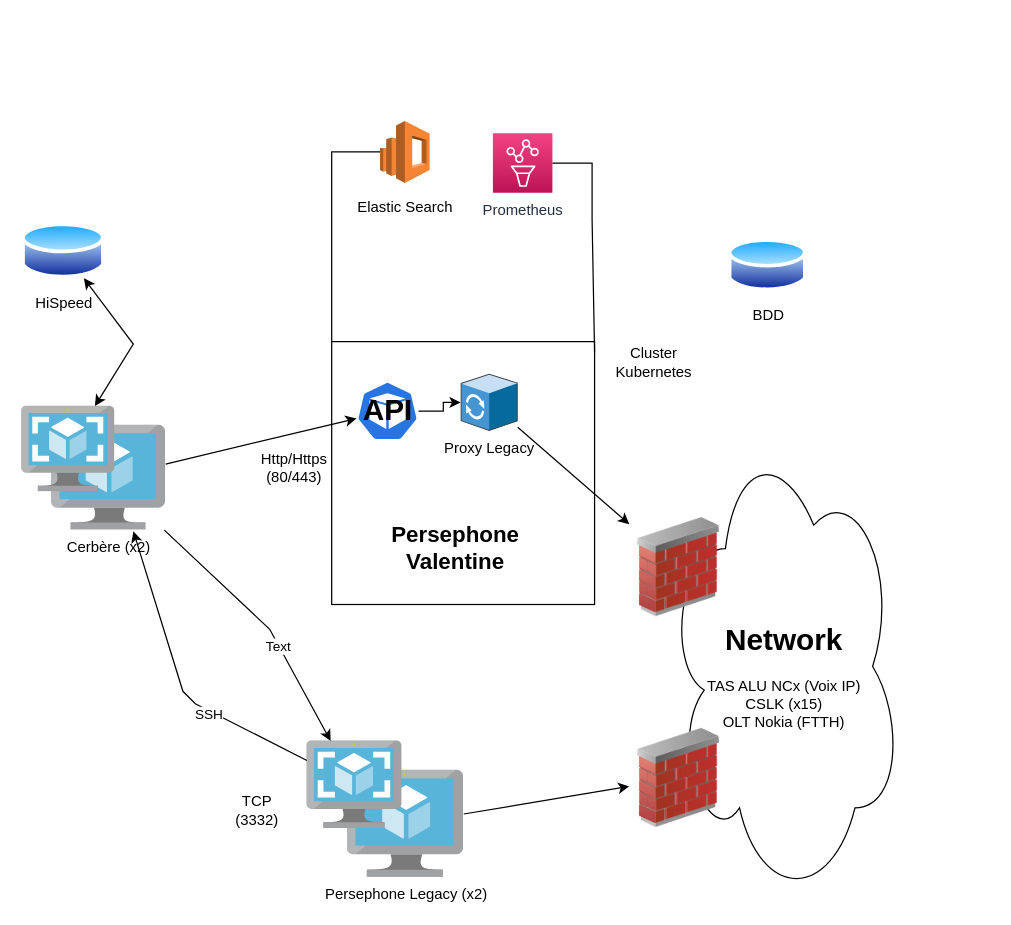
The draw.io diagram Untitled Diagram.drawio in alexis-verbrugge/katacoda-scenarios, before the edit. Source tidied: cells renumbered, new cells numbered last; positions are measured from the earlier drawing's top-left corner, leaving out a move shared by most shapes. Both pictures are drawn from the tidied source at 124%, with x=0, y=0 at pixel (21, 120). Pictures stored in the file or linked from it are replaced by grey dashed boxes.
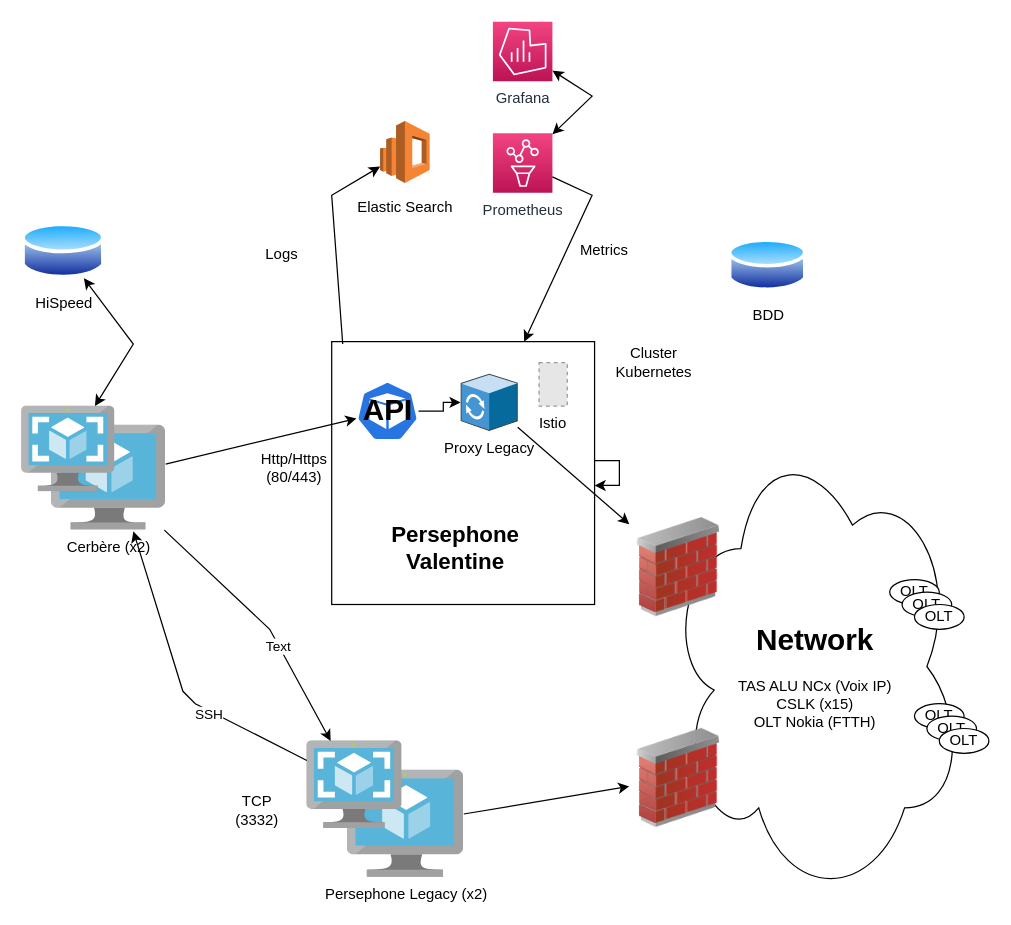
Above is the later version.

Unchanged cells that the change refers to:
```xml
<mxCell id="2" style="whiteSpace=wrap;html=1;" parent="1" vertex="1">
  <mxGeometry x="250" y="178" width="212" height="212" as="geometry" />
</mxCell>
<mxCell id="16" value="Prometheus" style="sketch=0;points=[[0,0,0],[0.25,0,0],[0.5,0,0],[0.75,0,0],[1,0,0],[0,1,0],[0.25,1,0],[0.5,1,0],[0.75,1,0],[1,1,0],[0,0.25,0],[0,0.5,0],[0,0.75,0],[1,0.25,0],[1,0.5,0],[1,0.75,0]];points=[[0,0,0],[0.25,0,0],[0.5,0,0],[0.75,0,0],[1,0,0],[0,1,0],[0.25,1,0],[0.5,1,0],[0.75,1,0],[1,1,0],[0,0.25,0],[0,0.5,0],[0,0.75,0],[1,0.25,0],[1,0.5,0],[1,0.75,0]];outlineConnect=0;fontColor=#232F3E;gradientColor=#F34482;gradientDirection=north;fillColor=#BC1356;strokeColor=#ffffff;dashed=0;verticalLabelPosition=bottom;verticalAlign=top;align=center;html=1;fontSize=12;fontStyle=0;shape=mxgraph.aws4.resourceIcon;resIcon=mxgraph.aws4.managed_service_for_prometheus;" parent="1" vertex="1">
  <mxGeometry x="380" y="10" width="48" height="48" as="geometry" />
</mxCell>
<mxCell id="23" style="outlineConnect=0;dashed=0;verticalLabelPosition=bottom;verticalAlign=top;align=center;html=1;shape=mxgraph.aws3.elasticsearch_service;fillColor=#F58534;gradientColor=none;" parent="22" vertex="1">
  <mxGeometry x="25" width="40" height="50" as="geometry" />
</mxCell>
```

The edit, as a diff of the source:
```diff
@@
     <mxCell id="9" value="&lt;h1&gt;Network&lt;/h1&gt;TAS ALU NCx (Voix IP)&lt;br&gt;CSLK (x15)&lt;br&gt;OLT Nokia (FTTH)" style="ellipse;shape=cloud;whiteSpace=wrap;html=1;" parent="1" vertex="1">
-      <mxGeometry x="520" y="250" width="190" height="380" as="geometry" />
+      <mxGeometry x="520" y="250" width="240" height="380" as="geometry" />
     </mxCell>
@@
-    <mxCell id="31" style="endArrow=none;html=1;rounded=0;exitX=0;exitY=0;exitDx=0;exitDy=0;" parent="1" edge="1" source="2" target="23">
-      <mxGeometry relative="1" as="geometry">
-        <Array as="points">
-          <mxPoint x="250" y="25" />
-        </Array>
-      </mxGeometry>
-    </mxCell>
-    <mxCell id="32" style="endArrow=none;html=1;rounded=0;exitX=1;exitY=0.042;exitDx=0;exitDy=0;exitPerimeter=0;" parent="1" edge="1" source="2" target="16">
-      <mxGeometry relative="1" as="geometry">
-        <Array as="points">
-          <mxPoint x="460" y="80" />
-          <mxPoint x="460" y="34" />
-        </Array>
-      </mxGeometry>
-    </mxCell>
@@
+    <mxCell id="35" value="Grafana" style="sketch=0;points=[[0,0,0],[0.25,0,0],[0.5,0,0],[0.75,0,0],[1,0,0],[0,1,0],[0.25,1,0],[0.5,1,0],[0.75,1,0],[1,1,0],[0,0.25,0],[0,0.5,0],[0,0.75,0],[1,0.25,0],[1,0.5,0],[1,0.75,0]];points=[[0,0,0],[0.25,0,0],[0.5,0,0],[0.75,0,0],[1,0,0],[0,1,0],[0.25,1,0],[0.5,1,0],[0.75,1,0],[1,1,0],[0,0.25,0],[0,0.5,0],[0,0.75,0],[1,0.25,0],[1,0.5,0],[1,0.75,0]];outlineConnect=0;fontColor=#232F3E;gradientColor=#F34482;gradientDirection=north;fillColor=#BC1356;strokeColor=#ffffff;dashed=0;verticalLabelPosition=bottom;verticalAlign=top;align=center;html=1;fontSize=12;fontStyle=0;shape=mxgraph.aws4.resourceIcon;resIcon=mxgraph.aws4.managed_service_for_grafana;" parent="1" vertex="1">
+      <mxGeometry x="380" y="-80" width="48" height="48" as="geometry" />
+    </mxCell>
+    <mxCell id="36" style="endArrow=classic;startArrow=classic;html=1;rounded=0;" parent="1" edge="1" source="16" target="35">
+      <mxGeometry relative="1" as="geometry">
+        <Array as="points">
+          <mxPoint x="460" y="-20" />
+        </Array>
+      </mxGeometry>
+    </mxCell>
+    <mxCell id="37" style="endArrow=classic;html=1;rounded=0;" parent="1" edge="1" source="16" target="2">
+      <mxGeometry relative="1" as="geometry">
+        <Array as="points">
+          <mxPoint x="460" y="60" />
+        </Array>
+      </mxGeometry>
+    </mxCell>
+    <mxCell id="31" style="endArrow=classic;html=1;rounded=0;exitX=0.042;exitY=0.009;exitDx=0;exitDy=0;exitPerimeter=0;" parent="1" edge="1" source="2" target="23">
+      <mxGeometry relative="1" as="geometry">
+        <Array as="points">
+          <mxPoint x="250" y="60" />
+        </Array>
+      </mxGeometry>
+    </mxCell>
+    <mxCell id="38" style="group;" parent="1" vertex="1">
+      <mxGeometry x="700" y="370" width="60" height="40" as="geometry" />
+    </mxCell>
+    <mxCell id="39" value="OLT" style="ellipse;whiteSpace=wrap;html=1;" parent="38" vertex="1">
+      <mxGeometry width="40" height="20" as="geometry" />
+    </mxCell>
+    <mxCell id="40" value="OLT" style="ellipse;whiteSpace=wrap;html=1;" parent="38" vertex="1">
+      <mxGeometry x="10" y="10" width="40" height="20" as="geometry" />
+    </mxCell>
+    <mxCell id="41" value="OLT" style="ellipse;whiteSpace=wrap;html=1;" parent="38" vertex="1">
+      <mxGeometry x="20" y="20" width="40" height="20" as="geometry" />
+    </mxCell>
+    <mxCell id="42" style="group;" parent="1" vertex="1">
+      <mxGeometry x="720" y="470" width="60" height="40" as="geometry" />
+    </mxCell>
+    <mxCell id="43" value="OLT" style="ellipse;whiteSpace=wrap;html=1;" parent="42" vertex="1">
+      <mxGeometry width="40" height="20" as="geometry" />
+    </mxCell>
+    <mxCell id="44" value="OLT" style="ellipse;whiteSpace=wrap;html=1;" parent="42" vertex="1">
+      <mxGeometry x="10" y="10" width="40" height="20" as="geometry" />
+    </mxCell>
+    <mxCell id="45" value="OLT" style="ellipse;whiteSpace=wrap;html=1;" parent="42" vertex="1">
+      <mxGeometry x="20" y="20" width="40" height="20" as="geometry" />
+    </mxCell>
+    <mxCell id="46" value="Metrics" style="text;html=1;strokeColor=none;fillColor=none;align=center;verticalAlign=middle;whiteSpace=wrap;rounded=0;" parent="1" vertex="1">
+      <mxGeometry x="440" y="90" width="60" height="30" as="geometry" />
+    </mxCell>
+    <mxCell id="47" value="Logs" style="text;html=1;strokeColor=none;fillColor=none;align=center;verticalAlign=middle;whiteSpace=wrap;rounded=0;" parent="1" vertex="1">
+      <mxGeometry x="180" y="93" width="60" height="30" as="geometry" />
+    </mxCell>
+    <mxCell id="48" value="Istio&#10;" style="fillColor=#E6E6E6;strokeColor=#999999;dashed=1;verticalLabelPosition=bottom;labelBackgroundColor=#ffffff;verticalAlign=top;fontColor=default;" parent="1" vertex="1">
+      <mxGeometry x="417.2" y="195" width="22.8" height="35" as="geometry" />
+    </mxCell>
+    <mxCell id="49" style="edgeStyle=orthogonalEdgeStyle;rounded=0;orthogonalLoop=1;jettySize=auto;html=1;" parent="1" edge="1" source="2" target="2">
+      <mxGeometry relative="1" as="geometry" />
+    </mxCell>
```
